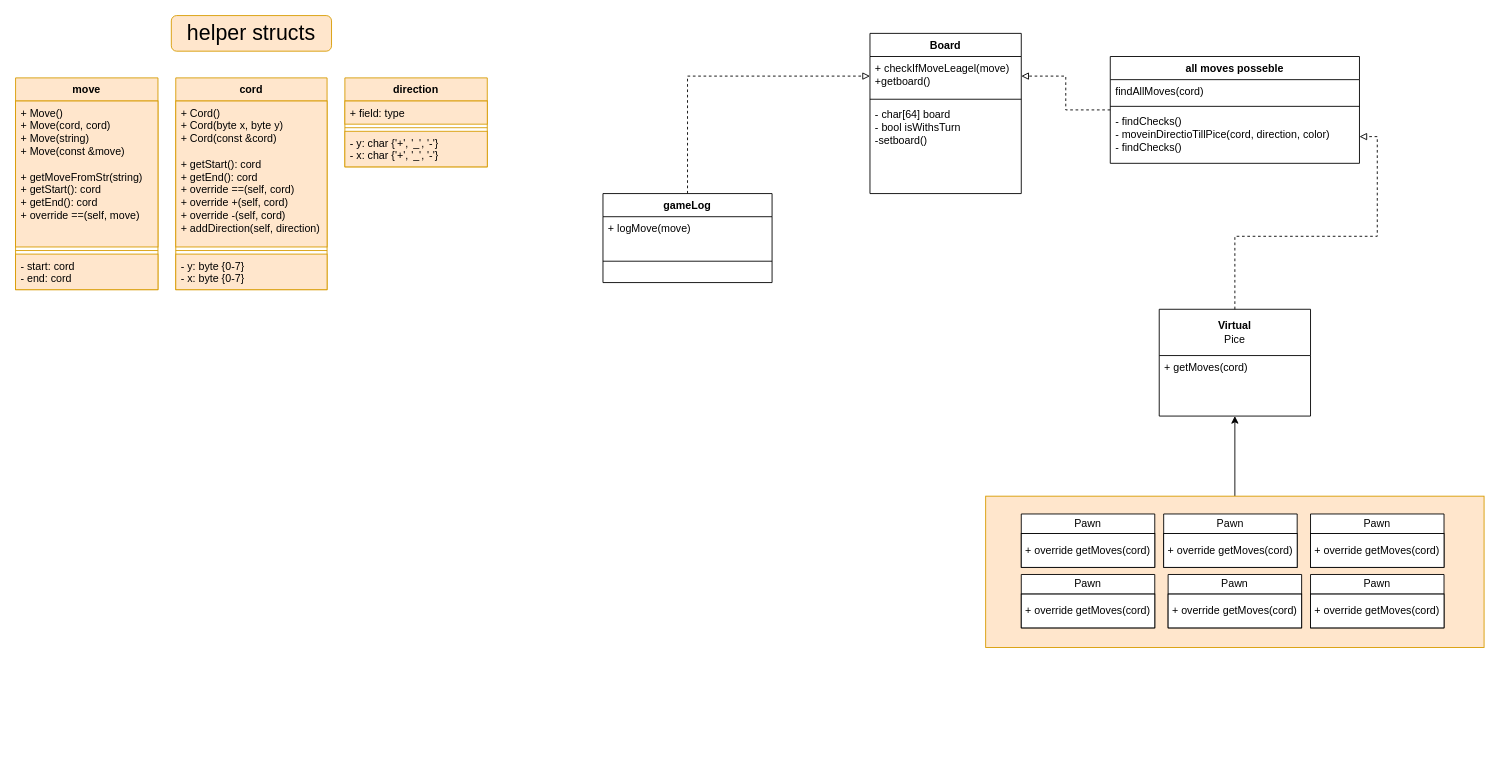
Earlier version of the draw.io diagram Untitled Diagram.drawio (MikeMal13/MIkeMal13.Github.io). Source tidied: cells renumbered, new cells numbered last; positions are measured from the earlier drawing's top-left corner, leaving out a move shared by most shapes. Both pictures are drawn from the tidied source at 89%, with x=0, y=0 at pixel (15, 15).
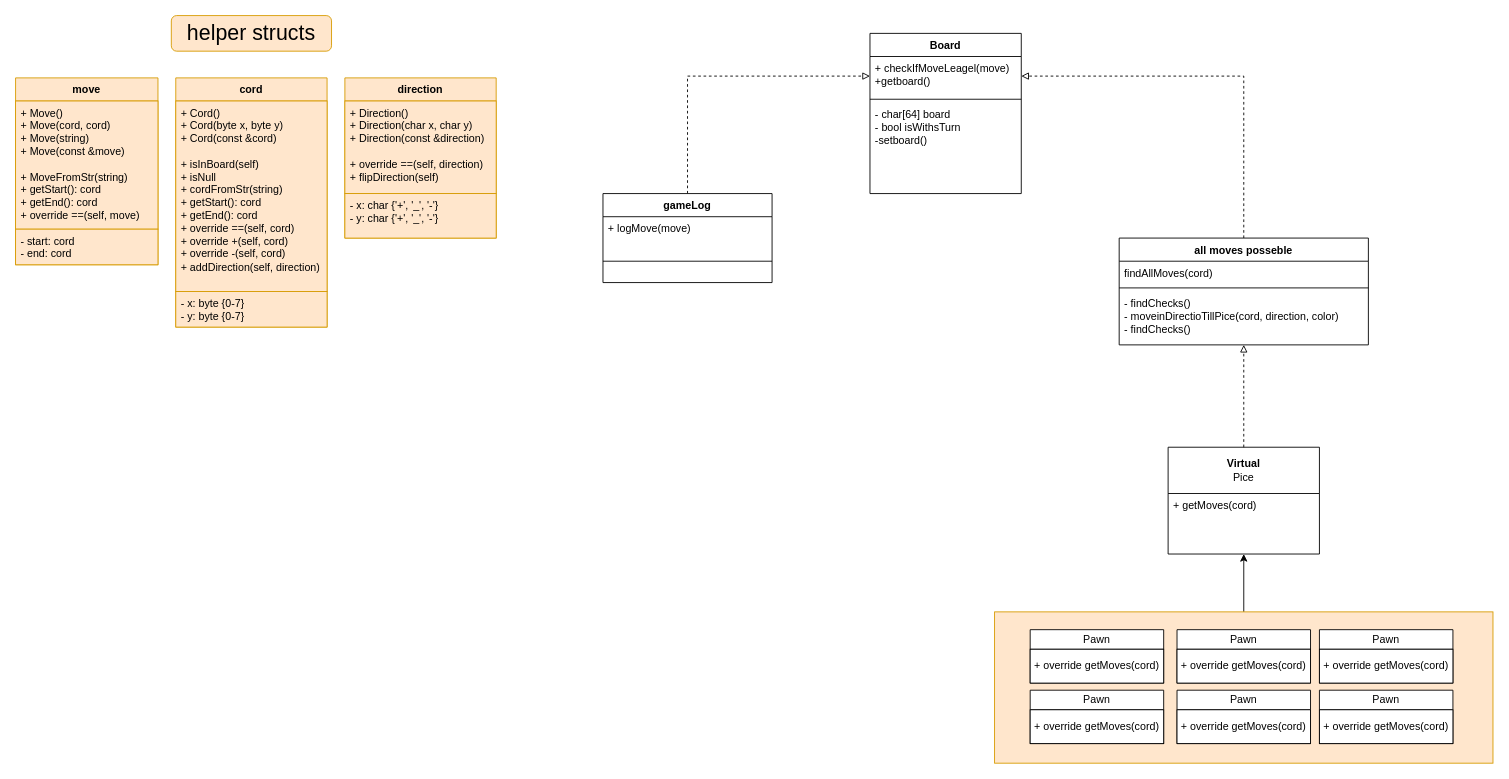
The same diagram, later.

The change refers to these unchanged cells:
```xml
<mxCell id="12" value="- findChecks()&lt;br&gt;- moveinDirectioTillPice(cord, direction, color)&lt;br&gt;- findChecks()" style="text;strokeColor=none;fillColor=none;align=left;verticalAlign=top;spacingLeft=4;spacingRight=4;overflow=hidden;points=[[0,0.5],[1,0.5]];portConstraint=eastwest;whiteSpace=wrap;html=1;" parent="9" vertex="1">
  <mxGeometry y="60" width="280" height="60" as="geometry" />
</mxCell>
```

Change to the diagram source:
```diff
@@
     <mxCell id="3" style="html=1;whiteSpace=wrap;fillColor=#ffe6cc;strokeColor=#d79b00;" parent="1" vertex="1">
-      <mxGeometry x="1090" y="540" width="560" height="170" as="geometry" />
+      <mxGeometry x="1100" y="670" width="560" height="170" as="geometry" />
     </mxCell>
@@
     <mxCell id="9" value="all moves posseble" style="swimlane;fontStyle=1;align=center;verticalAlign=top;horizontal=1;startSize=26;whiteSpace=wrap;html=1;" parent="1" vertex="1">
-      <mxGeometry x="1230" y="46" width="280" height="120" as="geometry" />
+      <mxGeometry x="1240" y="250" width="280" height="120" as="geometry" />
     </mxCell>
@@
-    <mxCell id="13" style="edgeStyle=orthogonalEdgeStyle;rounded=0;jettySize=auto;html=1;entryX=1;entryY=0.5;entryDx=0;entryDy=0;dashed=1;endArrow=block;endFill=0;" parent="1" edge="1" source="14" target="12">
-      <mxGeometry relative="1" as="geometry" />
-    </mxCell>
+    <mxCell id="45" style="edgeStyle=orthogonalEdgeStyle;rounded=0;jettySize=auto;html=1;dashed=1;endArrow=block;endFill=0;" parent="1" edge="1" source="14" target="9">
+      <mxGeometry relative="1" as="geometry" />
+    </mxCell>
     <mxCell id="14" value="&lt;b&gt;Virtual&lt;/b&gt;&lt;br&gt;Pice" style="swimlane;fontStyle=0;horizontal=1;startSize=52;fillColor=none;whiteSpace=wrap;html=1;" parent="1" vertex="1">
-      <mxGeometry x="1285" y="330" width="170" height="120" as="geometry" />
+      <mxGeometry x="1295" y="485" width="170" height="120" as="geometry" />
     </mxCell>
@@
     <mxCell id="16" value="Pawn" style="swimlane;fontStyle=0;horizontal=1;startSize=22;fillColor=default;whiteSpace=wrap;html=1;swimlaneFillColor=default;" parent="1" vertex="1">
-      <mxGeometry x="1130" y="628" width="150" height="60" as="geometry" />
+      <mxGeometry x="1140" y="758" width="150" height="60" as="geometry" />
     </mxCell>
@@
     <mxCell id="18" value="Pawn" style="swimlane;fontStyle=0;horizontal=1;startSize=22;fillColor=default;whiteSpace=wrap;html=1;swimlaneFillColor=default;" parent="1" vertex="1">
-      <mxGeometry x="1295" y="628" width="150" height="60" as="geometry" />
+      <mxGeometry x="1305" y="758" width="150" height="60" as="geometry" />
     </mxCell>
@@
     <mxCell id="20" value="Pawn" style="swimlane;fontStyle=0;horizontal=1;startSize=22;fillColor=default;whiteSpace=wrap;html=1;swimlaneFillColor=default;" parent="1" vertex="1">
-      <mxGeometry x="1455" y="628" width="150" height="60" as="geometry" />
+      <mxGeometry x="1465" y="758" width="150" height="60" as="geometry" />
     </mxCell>
@@
     <mxCell id="22" value="Pawn" style="swimlane;fontStyle=0;horizontal=1;startSize=22;fillColor=default;whiteSpace=wrap;html=1;swimlaneFillColor=default;" parent="1" vertex="1">
-      <mxGeometry x="1455" y="560" width="150" height="60" as="geometry" />
+      <mxGeometry x="1465" y="690" width="150" height="60" as="geometry" />
     </mxCell>
@@
     <mxCell id="24" value="Pawn" style="swimlane;fontStyle=0;horizontal=1;startSize=22;fillColor=default;whiteSpace=wrap;html=1;swimlaneFillColor=default;" parent="1" vertex="1">
-      <mxGeometry x="1290" y="560" width="150" height="60" as="geometry" />
+      <mxGeometry x="1305" y="690" width="150" height="60" as="geometry" />
     </mxCell>
@@
     <mxCell id="26" value="Pawn" style="swimlane;fontStyle=0;horizontal=1;startSize=22;fillColor=default;whiteSpace=wrap;html=1;swimlaneFillColor=default;" parent="1" vertex="1">
-      <mxGeometry x="1130" y="560" width="150" height="60" as="geometry" />
+      <mxGeometry x="1140" y="690" width="150" height="60" as="geometry" />
     </mxCell>
@@
     <mxCell id="32" value="cord" style="swimlane;fontStyle=1;align=center;verticalAlign=top;horizontal=1;startSize=26;whiteSpace=wrap;html=1;fillColor=#ffe6cc;strokeColor=#d79b00;" parent="1" vertex="1">
-      <mxGeometry x="180" y="70" width="170" height="238" as="geometry" />
+      <mxGeometry x="180" y="70" width="170" height="280" as="geometry" />
     </mxCell>
-    <mxCell id="33" value="&lt;div&gt;+ Cord()&lt;/div&gt;&lt;div&gt;+ Cord(byte x, byte y)&lt;/div&gt;&lt;div&gt;+ Cord(const &amp;amp;cord)&lt;br&gt;&lt;/div&gt;&lt;div&gt;&lt;br&gt;&lt;/div&gt;&lt;div&gt;+ getStart(): cord&lt;/div&gt;&lt;div&gt;&lt;div&gt;+ getEnd(): cord&lt;br&gt;+ override ==(self, cord)&lt;/div&gt;+ override +(self, cord)&lt;/div&gt;&lt;div&gt;+ override -(self, cord)&lt;/div&gt;&lt;div&gt;+ addDirection(self, direction)&lt;br&gt;&lt;/div&gt;&lt;div&gt;&lt;br&gt;&lt;/div&gt;" style="text;strokeColor=#d79b00;fillColor=#ffe6cc;align=left;verticalAlign=top;spacingLeft=4;spacingRight=4;overflow=hidden;whiteSpace=wrap;html=1;" parent="32" vertex="1">
-      <mxGeometry y="26" width="170" height="164" as="geometry" />
+    <mxCell id="33" value="&lt;div&gt;+ Cord()&lt;/div&gt;&lt;div&gt;+ Cord(byte x, byte y)&lt;/div&gt;&lt;div&gt;+ Cord(const &amp;amp;cord)&lt;br&gt;&lt;/div&gt;&lt;div&gt;&lt;br&gt;&lt;/div&gt;&lt;div&gt;+ isInBoard(self)&lt;br&gt;&lt;/div&gt;&lt;div&gt;+ isNull&lt;br&gt;&lt;/div&gt;&lt;div&gt;+ cordFromStr(string)&lt;br&gt;&lt;/div&gt;&lt;div&gt;+ getStart(): cord&lt;/div&gt;&lt;div&gt;&lt;div&gt;+ getEnd(): cord&lt;br&gt;+ override ==(self, cord)&lt;/div&gt;+ override +(self, cord)&lt;/div&gt;&lt;div&gt;+ override -(self, cord)&lt;/div&gt;&lt;div&gt;+ addDirection(self, direction)&lt;br&gt;&lt;/div&gt;&lt;div&gt;&lt;br&gt;&lt;/div&gt;" style="text;strokeColor=#d79b00;fillColor=#ffe6cc;align=left;verticalAlign=top;spacingLeft=4;spacingRight=4;overflow=hidden;whiteSpace=wrap;html=1;" parent="32" vertex="1">
+      <mxGeometry y="26" width="170" height="214" as="geometry" />
     </mxCell>
-    <mxCell id="34" style="line;strokeWidth=1;fillColor=#ffe6cc;align=left;verticalAlign=middle;spacingTop=-1;spacingLeft=3;spacingRight=3;labelPosition=right;strokeColor=#d79b00;" parent="32" vertex="1">
-      <mxGeometry y="190" width="170" height="8" as="geometry" />
-    </mxCell>
-    <mxCell id="35" value="&lt;div&gt;- y: byte {0-7}&lt;br&gt;&lt;/div&gt;&lt;div&gt;- x: byte {0-7}&lt;br&gt;&lt;/div&gt;" style="text;strokeColor=#d79b00;fillColor=#ffe6cc;align=left;verticalAlign=top;spacingLeft=4;spacingRight=4;overflow=hidden;whiteSpace=wrap;html=1;" parent="32" vertex="1">
-      <mxGeometry y="198" width="170" height="40" as="geometry" />
+    <mxCell id="35" value="&lt;div&gt;- x: byte {0-7}&lt;br&gt;&lt;/div&gt;&lt;div&gt;- y: byte {0-7}&lt;br&gt;&lt;/div&gt;" style="text;strokeColor=#d79b00;fillColor=#ffe6cc;align=left;verticalAlign=top;spacingLeft=4;spacingRight=4;overflow=hidden;whiteSpace=wrap;html=1;" parent="32" vertex="1">
+      <mxGeometry y="240" width="170" height="40" as="geometry" />
     </mxCell>
     <mxCell id="36" value="direction" style="swimlane;fontStyle=1;align=center;verticalAlign=top;horizontal=1;startSize=26;whiteSpace=wrap;html=1;fillColor=#ffe6cc;strokeColor=#d79b00;" parent="1" vertex="1">
-      <mxGeometry x="370" y="70" width="160" height="100" as="geometry" />
+      <mxGeometry x="370" y="70" width="170" height="180" as="geometry" />
     </mxCell>
-    <mxCell id="37" value="+ field: type" style="text;strokeColor=#d79b00;fillColor=#ffe6cc;align=left;verticalAlign=top;spacingLeft=4;spacingRight=4;overflow=hidden;whiteSpace=wrap;html=1;" parent="36" vertex="1">
-      <mxGeometry y="26" width="160" height="26" as="geometry" />
+    <mxCell id="37" value="&lt;div&gt;+ Direction()&lt;/div&gt;&lt;div&gt;+ Direction(char x, char y)&lt;/div&gt;&lt;div&gt;+ Direction(const &amp;amp;direction)&lt;br&gt;&lt;/div&gt;&lt;div&gt;&lt;br&gt;&lt;/div&gt;&lt;div&gt;+ override ==(self, direction)&lt;/div&gt;&lt;div&gt;+ flipDirection(self)&lt;/div&gt;&lt;div&gt;&lt;br&gt;&lt;/div&gt;" style="text;strokeColor=#d79b00;fillColor=#ffe6cc;align=left;verticalAlign=top;spacingLeft=4;spacingRight=4;overflow=hidden;whiteSpace=wrap;html=1;" parent="36" vertex="1">
+      <mxGeometry y="26" width="170" height="104" as="geometry" />
     </mxCell>
-    <mxCell id="38" style="line;strokeWidth=1;fillColor=#ffe6cc;align=left;verticalAlign=middle;spacingTop=-1;spacingLeft=3;spacingRight=3;labelPosition=right;strokeColor=#d79b00;" parent="36" vertex="1">
-      <mxGeometry y="52" width="160" height="8" as="geometry" />
-    </mxCell>
-    <mxCell id="39" value="&lt;div&gt;- y: char {'+', '_', '-'}&lt;/div&gt;&lt;div&gt;- x: char {'+', '_', '-'}&lt;/div&gt;" style="text;strokeColor=#d79b00;fillColor=#ffe6cc;align=left;verticalAlign=top;spacingLeft=4;spacingRight=4;overflow=hidden;whiteSpace=wrap;html=1;" parent="36" vertex="1">
-      <mxGeometry y="60" width="160" height="40" as="geometry" />
+    <mxCell id="39" value="&lt;div&gt;- x: char {'+', '_', '-'}&lt;/div&gt;&lt;div&gt;- y: char {'+', '_', '-'}&lt;/div&gt;" style="text;strokeColor=#d79b00;fillColor=#ffe6cc;align=left;verticalAlign=top;spacingLeft=4;spacingRight=4;overflow=hidden;whiteSpace=wrap;html=1;" parent="36" vertex="1">
+      <mxGeometry y="130" width="170" height="50" as="geometry" />
     </mxCell>
     <mxCell id="40" value="move" style="swimlane;fontStyle=1;align=center;verticalAlign=top;horizontal=1;startSize=26;whiteSpace=wrap;html=1;fillColor=#ffe6cc;strokeColor=#d79b00;" parent="1" vertex="1">
-      <mxGeometry y="70" width="160" height="238" as="geometry" />
+      <mxGeometry y="70" width="160" height="210" as="geometry" />
     </mxCell>
-    <mxCell id="41" value="&lt;div&gt;+ Move()&lt;br&gt;&lt;/div&gt;&lt;div&gt;+ Move(cord, cord)&lt;/div&gt;&lt;div&gt;+ Move(string)&lt;/div&gt;&lt;div&gt;+ Move(const &amp;amp;move)&lt;br&gt;&lt;/div&gt;&lt;div&gt;&lt;br&gt;&lt;/div&gt;&lt;div&gt;+ getMoveFromStr(string)&lt;br&gt;&lt;/div&gt;&lt;div&gt;+ getStart(): cord&lt;/div&gt;&lt;div&gt;+ getEnd(): cord&lt;br&gt;+ override ==(self, move)&lt;/div&gt;" style="text;strokeColor=#d79b00;fillColor=#ffe6cc;align=left;verticalAlign=top;spacingLeft=4;spacingRight=4;overflow=hidden;whiteSpace=wrap;html=1;" parent="40" vertex="1">
-      <mxGeometry y="26" width="160" height="164" as="geometry" />
+    <mxCell id="41" value="&lt;div&gt;+ Move()&lt;br&gt;&lt;/div&gt;&lt;div&gt;+ Move(cord, cord)&lt;/div&gt;&lt;div&gt;+ Move(string)&lt;/div&gt;&lt;div&gt;+ Move(const &amp;amp;move)&lt;br&gt;&lt;/div&gt;&lt;div&gt;&lt;br&gt;&lt;/div&gt;&lt;div&gt;+ MoveFromStr(string)&lt;br&gt;&lt;/div&gt;&lt;div&gt;+ getStart(): cord&lt;/div&gt;&lt;div&gt;+ getEnd(): cord&lt;br&gt;+ override ==(self, move)&lt;/div&gt;" style="text;strokeColor=#d79b00;fillColor=#ffe6cc;align=left;verticalAlign=top;spacingLeft=4;spacingRight=4;overflow=hidden;whiteSpace=wrap;html=1;" parent="40" vertex="1">
+      <mxGeometry y="26" width="160" height="144" as="geometry" />
     </mxCell>
-    <mxCell id="42" style="line;strokeWidth=1;fillColor=#ffe6cc;align=left;verticalAlign=middle;spacingTop=-1;spacingLeft=3;spacingRight=3;labelPosition=right;strokeColor=#d79b00;" parent="40" vertex="1">
-      <mxGeometry y="190" width="160" height="8" as="geometry" />
-    </mxCell>
     <mxCell id="43" value="&lt;div&gt;- start: cord&lt;br&gt;&lt;/div&gt;&lt;div&gt;- end: cord&lt;br&gt;&lt;/div&gt;" style="text;strokeColor=#d79b00;fillColor=#ffe6cc;align=left;verticalAlign=top;spacingLeft=4;spacingRight=4;overflow=hidden;whiteSpace=wrap;html=1;" parent="40" vertex="1">
-      <mxGeometry y="198" width="160" height="40" as="geometry" />
+      <mxGeometry y="170" width="160" height="40" as="geometry" />
     </mxCell>
```
